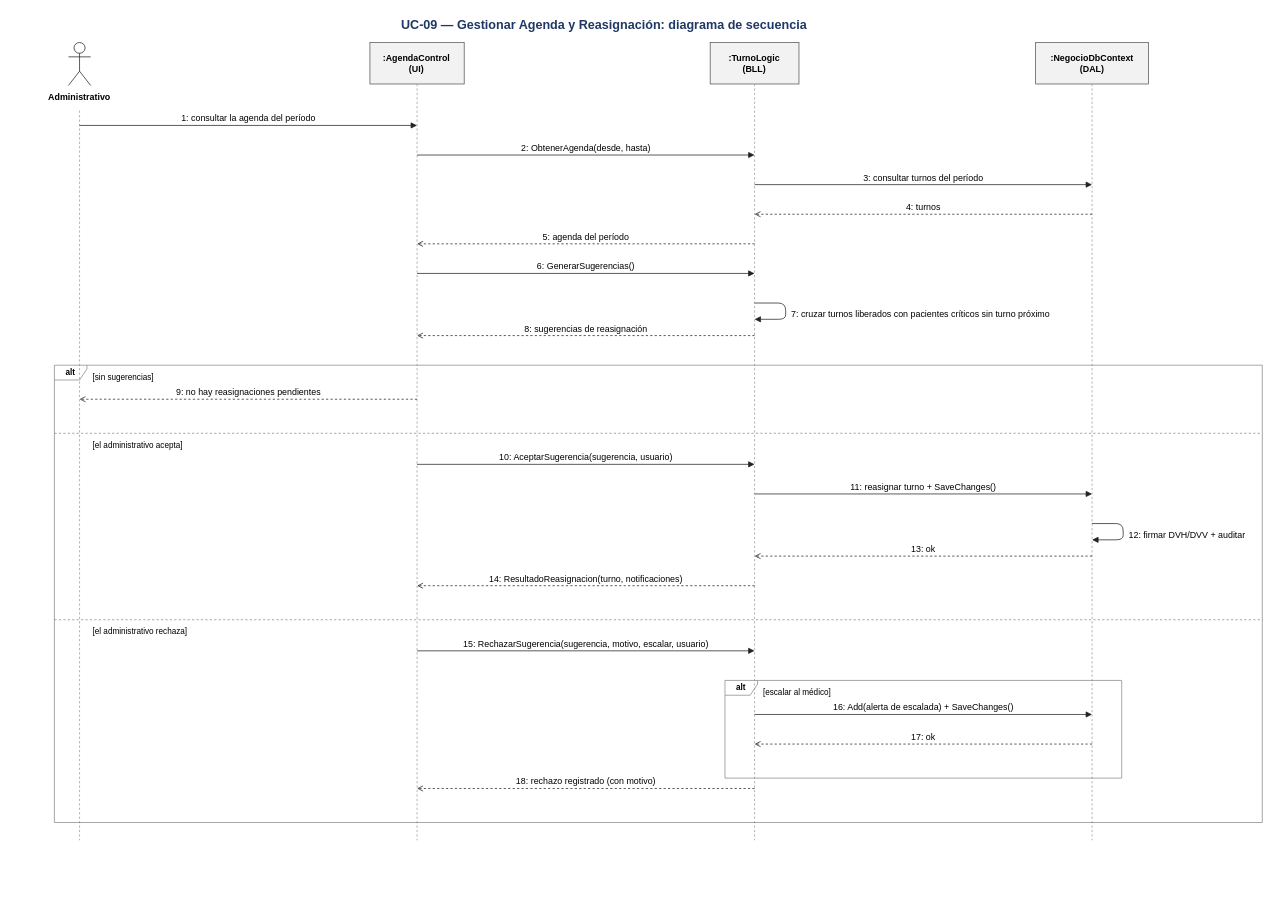
The draw.io diagram Diagramas/UC-09/UC-09 - Secuencia.drawio in DanteSchlogl/OpenRIN-corregido, before the edit. Source tidied: cells renumbered, new cells numbered last; positions are measured from the earlier drawing's top-left corner, leaving out a move shared by most shapes. Both pictures are drawn from the tidied source at 74%, with x=0, y=0 at pixel (13, 13).
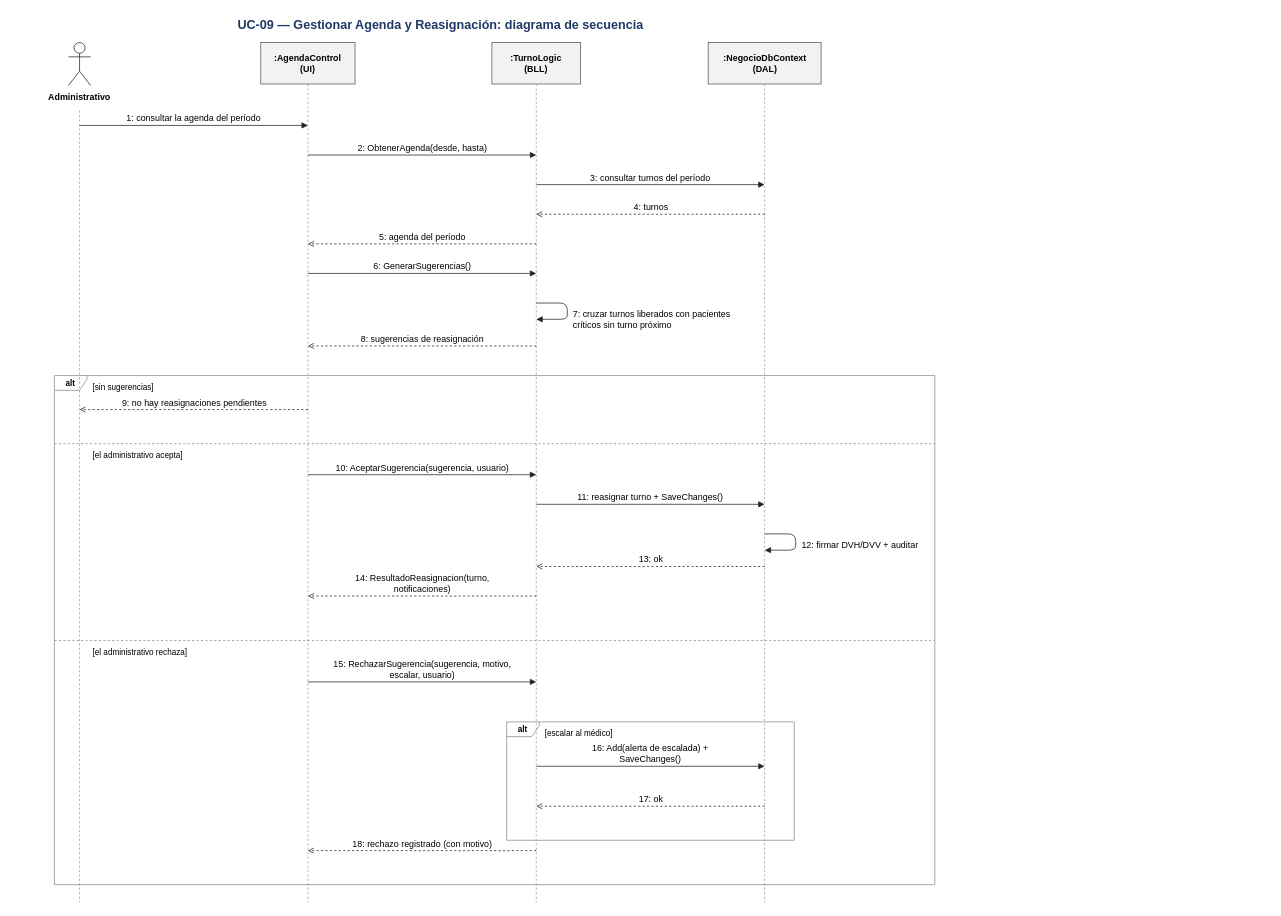
The same page after the edit.

What changed in the source:
```diff
@@
     <mxCell id="2" value="UC-09 — Gestionar Agenda y Reasignación: diagrama de secuencia" style="text;html=1;strokeColor=none;fillColor=none;fontFamily=Arial;whiteSpace=nowrap;fontSize=17;fontStyle=1;fontColor=#1F3864;align=center;whiteSpace=wrap;" parent="1" vertex="1">
-      <mxGeometry width="1598.3" height="28" as="geometry" />
+      <mxGeometry width="1155.8" height="28" as="geometry" />
     </mxCell>
@@
     <mxCell id="5" style="endArrow=none;dashed=1;strokeColor=#999999;html=1;" parent="1" edge="1">
       <mxGeometry relative="1" as="geometry">
         <mxPoint x="90" y="132" as="sourcePoint" />
-        <mxPoint x="90" y="1118" as="targetPoint" />
+        <mxPoint x="90" y="1202" as="targetPoint" />
       </mxGeometry>
     </mxCell>
     <mxCell id="6" value=":AgendaControl&lt;br/&gt;(UI)" style="rounded=0;whiteSpace=wrap;html=1;fillColor=#F2F2F2;strokeColor=#555555;fontFamily=Arial;fontSize=12;fontStyle=1;" parent="1" vertex="1">
-      <mxGeometry x="482.4" y="40" width="127.4" height="56" as="geometry" />
+      <mxGeometry x="334.9" y="40" width="127.4" height="56" as="geometry" />
     </mxCell>
     <mxCell id="7" style="endArrow=none;dashed=1;strokeColor=#999999;html=1;" parent="1" edge="1">
       <mxGeometry relative="1" as="geometry">
-        <mxPoint x="546.1" y="96" as="sourcePoint" />
-        <mxPoint x="546.1" y="1118" as="targetPoint" />
+        <mxPoint x="398.6" y="96" as="sourcePoint" />
+        <mxPoint x="398.6" y="1202" as="targetPoint" />
       </mxGeometry>
     </mxCell>
     <mxCell id="8" value=":TurnoLogic&lt;br/&gt;(BLL)" style="rounded=0;whiteSpace=wrap;html=1;fillColor=#F2F2F2;strokeColor=#555555;fontFamily=Arial;fontSize=12;fontStyle=1;" parent="1" vertex="1">
-      <mxGeometry x="942.2" y="40" width="120" height="56" as="geometry" />
+      <mxGeometry x="647.2" y="40" width="120" height="56" as="geometry" />
     </mxCell>
     <mxCell id="9" style="endArrow=none;dashed=1;strokeColor=#999999;html=1;" parent="1" edge="1">
       <mxGeometry relative="1" as="geometry">
-        <mxPoint x="1002.2" y="96" as="sourcePoint" />
-        <mxPoint x="1002.2" y="1118" as="targetPoint" />
+        <mxPoint x="707.2" y="96" as="sourcePoint" />
+        <mxPoint x="707.2" y="1202" as="targetPoint" />
       </mxGeometry>
     </mxCell>
     <mxCell id="10" value=":NegocioDbContext&lt;br/&gt;(DAL)" style="rounded=0;whiteSpace=wrap;html=1;fillColor=#F2F2F2;strokeColor=#555555;fontFamily=Arial;fontSize=12;fontStyle=1;" parent="1" vertex="1">
-      <mxGeometry x="1382" y="40" width="152.6" height="56" as="geometry" />
+      <mxGeometry x="939.5" y="40" width="152.6" height="56" as="geometry" />
     </mxCell>
     <mxCell id="11" style="endArrow=none;dashed=1;strokeColor=#999999;html=1;" parent="1" edge="1">
       <mxGeometry relative="1" as="geometry">
-        <mxPoint x="1458.3" y="96" as="sourcePoint" />
-        <mxPoint x="1458.3" y="1118" as="targetPoint" />
+        <mxPoint x="1015.8" y="96" as="sourcePoint" />
+        <mxPoint x="1015.8" y="1202" as="targetPoint" />
       </mxGeometry>
     </mxCell>
     <mxCell id="12" value="1: consultar la agenda del período" style="html=1;edgeStyle=none;strokeColor=#222222;fontFamily=Arial;fontSize=12;verticalLabelPosition=top;verticalAlign=bottom;labelBackgroundColor=none;endArrow=block;endFill=1;" parent="1" edge="1">
       <mxGeometry relative="1" as="geometry">
         <mxPoint x="90" y="152" as="sourcePoint" />
-        <mxPoint x="546.1" y="152" as="targetPoint" />
+        <mxPoint x="398.6" y="152" as="targetPoint" />
       </mxGeometry>
     </mxCell>
     <mxCell id="13" value="2: ObtenerAgenda(desde, hasta)" style="html=1;edgeStyle=none;strokeColor=#222222;fontFamily=Arial;fontSize=12;verticalLabelPosition=top;verticalAlign=bottom;labelBackgroundColor=none;endArrow=block;endFill=1;" parent="1" edge="1">
       <mxGeometry relative="1" as="geometry">
-        <mxPoint x="546.1" y="192" as="sourcePoint" />
-        <mxPoint x="1002.2" y="192" as="targetPoint" />
+        <mxPoint x="398.6" y="192" as="sourcePoint" />
+        <mxPoint x="707.2" y="192" as="targetPoint" />
       </mxGeometry>
     </mxCell>
     <mxCell id="14" value="3: consultar turnos del período" style="html=1;edgeStyle=none;strokeColor=#222222;fontFamily=Arial;fontSize=12;verticalLabelPosition=top;verticalAlign=bottom;labelBackgroundColor=none;endArrow=block;endFill=1;" parent="1" edge="1">
       <mxGeometry relative="1" as="geometry">
-        <mxPoint x="1002.2" y="232" as="sourcePoint" />
-        <mxPoint x="1458.3" y="232" as="targetPoint" />
+        <mxPoint x="707.2" y="232" as="sourcePoint" />
+        <mxPoint x="1015.8" y="232" as="targetPoint" />
       </mxGeometry>
     </mxCell>
     <mxCell id="15" value="4: turnos" style="html=1;edgeStyle=none;strokeColor=#222222;fontFamily=Arial;fontSize=12;verticalLabelPosition=top;verticalAlign=bottom;labelBackgroundColor=none;endArrow=open;endFill=0;dashed=1;" parent="1" edge="1">
       <mxGeometry relative="1" as="geometry">
-        <mxPoint x="1458.3" y="272" as="sourcePoint" />
-        <mxPoint x="1002.2" y="272" as="targetPoint" />
+        <mxPoint x="1015.8" y="272" as="sourcePoint" />
+        <mxPoint x="707.2" y="272" as="targetPoint" />
       </mxGeometry>
     </mxCell>
     <mxCell id="16" value="5: agenda del período" style="html=1;edgeStyle=none;strokeColor=#222222;fontFamily=Arial;fontSize=12;verticalLabelPosition=top;verticalAlign=bottom;labelBackgroundColor=none;endArrow=open;endFill=0;dashed=1;" parent="1" edge="1">
       <mxGeometry relative="1" as="geometry">
-        <mxPoint x="1002.2" y="312" as="sourcePoint" />
-        <mxPoint x="546.1" y="312" as="targetPoint" />
+        <mxPoint x="707.2" y="312" as="sourcePoint" />
+        <mxPoint x="398.6" y="312" as="targetPoint" />
       </mxGeometry>
     </mxCell>
     <mxCell id="17" value="6: GenerarSugerencias()" style="html=1;edgeStyle=none;strokeColor=#222222;fontFamily=Arial;fontSize=12;verticalLabelPosition=top;verticalAlign=bottom;labelBackgroundColor=none;endArrow=block;endFill=1;" parent="1" edge="1">
       <mxGeometry relative="1" as="geometry">
-        <mxPoint x="546.1" y="352" as="sourcePoint" />
-        <mxPoint x="1002.2" y="352" as="targetPoint" />
+        <mxPoint x="398.6" y="352" as="sourcePoint" />
+        <mxPoint x="707.2" y="352" as="targetPoint" />
       </mxGeometry>
     </mxCell>
     <mxCell id="18" style="endArrow=block;endFill=1;html=1;edgeStyle=none;strokeColor=#222222;" parent="1" edge="1">
       <mxGeometry relative="1" as="geometry">
-        <mxPoint x="1002.2" y="392" as="sourcePoint" />
-        <mxPoint x="1002.2" y="414" as="targetPoint" />
+        <mxPoint x="707.2" y="392" as="sourcePoint" />
+        <mxPoint x="707.2" y="414" as="targetPoint" />
         <Array as="points">
-          <mxPoint x="1044.2" y="392" />
-          <mxPoint x="1044.2" y="414" />
+          <mxPoint x="749.2" y="392" />
+          <mxPoint x="749.2" y="414" />
         </Array>
       </mxGeometry>
     </mxCell>
-    <mxCell id="19" value="7: cruzar turnos liberados con pacientes críticos sin turno próximo" style="text;html=1;strokeColor=none;fillColor=none;fontFamily=Arial;whiteSpace=nowrap;fontSize=12;align=left;" parent="1" vertex="1">
-      <mxGeometry x="1050.2" y="394" width="436.1" height="18" as="geometry" />
+    <mxCell id="19" value="7: cruzar turnos liberados con pacientes&lt;br/&gt;críticos sin turno próximo" style="text;html=1;strokeColor=none;fillColor=none;fontFamily=Arial;whiteSpace=nowrap;fontSize=12;align=left;" parent="1" vertex="1">
+      <mxGeometry x="755.2" y="394" width="280" height="32" as="geometry" />
     </mxCell>
     <mxCell id="20" value="8: sugerencias de reasignación" style="html=1;edgeStyle=none;strokeColor=#222222;fontFamily=Arial;fontSize=12;verticalLabelPosition=top;verticalAlign=bottom;labelBackgroundColor=none;endArrow=open;endFill=0;dashed=1;" parent="1" edge="1">
       <mxGeometry relative="1" as="geometry">
-        <mxPoint x="1002.2" y="436" as="sourcePoint" />
-        <mxPoint x="546.1" y="436" as="targetPoint" />
+        <mxPoint x="707.2" y="450" as="sourcePoint" />
+        <mxPoint x="398.6" y="450" as="targetPoint" />
       </mxGeometry>
     </mxCell>
     <mxCell id="21" value="9: no hay reasignaciones pendientes" style="html=1;edgeStyle=none;strokeColor=#222222;fontFamily=Arial;fontSize=12;verticalLabelPosition=top;verticalAlign=bottom;labelBackgroundColor=none;endArrow=open;endFill=0;dashed=1;" parent="1" edge="1">
       <mxGeometry relative="1" as="geometry">
-        <mxPoint x="546.1" y="522" as="sourcePoint" />
-        <mxPoint x="90" y="522" as="targetPoint" />
+        <mxPoint x="398.6" y="536" as="sourcePoint" />
+        <mxPoint x="90" y="536" as="targetPoint" />
       </mxGeometry>
     </mxCell>
     <mxCell id="22" value="10: AceptarSugerencia(sugerencia, usuario)" style="html=1;edgeStyle=none;strokeColor=#222222;fontFamily=Arial;fontSize=12;verticalLabelPosition=top;verticalAlign=bottom;labelBackgroundColor=none;endArrow=block;endFill=1;" parent="1" edge="1">
       <mxGeometry relative="1" as="geometry">
-        <mxPoint x="546.1" y="610" as="sourcePoint" />
-        <mxPoint x="1002.2" y="610" as="targetPoint" />
+        <mxPoint x="398.6" y="624" as="sourcePoint" />
+        <mxPoint x="707.2" y="624" as="targetPoint" />
       </mxGeometry>
     </mxCell>
     <mxCell id="23" value="11: reasignar turno + SaveChanges()" style="html=1;edgeStyle=none;strokeColor=#222222;fontFamily=Arial;fontSize=12;verticalLabelPosition=top;verticalAlign=bottom;labelBackgroundColor=none;endArrow=block;endFill=1;" parent="1" edge="1">
       <mxGeometry relative="1" as="geometry">
-        <mxPoint x="1002.2" y="650" as="sourcePoint" />
-        <mxPoint x="1458.3" y="650" as="targetPoint" />
+        <mxPoint x="707.2" y="664" as="sourcePoint" />
+        <mxPoint x="1015.8" y="664" as="targetPoint" />
       </mxGeometry>
     </mxCell>
     <mxCell id="24" style="endArrow=block;endFill=1;html=1;edgeStyle=none;strokeColor=#222222;" parent="1" edge="1">
       <mxGeometry relative="1" as="geometry">
-        <mxPoint x="1458.3" y="690" as="sourcePoint" />
-        <mxPoint x="1458.3" y="712" as="targetPoint" />
+        <mxPoint x="1015.8" y="704" as="sourcePoint" />
+        <mxPoint x="1015.8" y="726" as="targetPoint" />
         <Array as="points">
-          <mxPoint x="1500.3" y="690" />
-          <mxPoint x="1500.3" y="712" />
+          <mxPoint x="1057.8" y="704" />
+          <mxPoint x="1057.8" y="726" />
         </Array>
       </mxGeometry>
     </mxCell>
     <mxCell id="25" value="12: firmar DVH/DVV + auditar" style="text;html=1;strokeColor=none;fillColor=none;fontFamily=Arial;whiteSpace=nowrap;fontSize=12;align=left;" parent="1" vertex="1">
-      <mxGeometry x="1506.3" y="692" width="190.4" height="18" as="geometry" />
+      <mxGeometry x="1063.8" y="706" width="280" height="18" as="geometry" />
     </mxCell>
     <mxCell id="26" value="13: ok" style="html=1;edgeStyle=none;strokeColor=#222222;fontFamily=Arial;fontSize=12;verticalLabelPosition=top;verticalAlign=bottom;labelBackgroundColor=none;endArrow=open;endFill=0;dashed=1;" parent="1" edge="1">
       <mxGeometry relative="1" as="geometry">
-        <mxPoint x="1458.3" y="734" as="sourcePoint" />
-        <mxPoint x="1002.2" y="734" as="targetPoint" />
+        <mxPoint x="1015.8" y="748" as="sourcePoint" />
+        <mxPoint x="707.2" y="748" as="targetPoint" />
       </mxGeometry>
     </mxCell>
-    <mxCell id="27" value="14: ResultadoReasignacion(turno, notificaciones)" style="html=1;edgeStyle=none;strokeColor=#222222;fontFamily=Arial;fontSize=12;verticalLabelPosition=top;verticalAlign=bottom;labelBackgroundColor=none;endArrow=open;endFill=0;dashed=1;" parent="1" edge="1">
+    <mxCell id="27" value="14: ResultadoReasignacion(turno,&lt;br/&gt;notificaciones)" style="html=1;edgeStyle=none;strokeColor=#222222;fontFamily=Arial;fontSize=12;verticalLabelPosition=top;verticalAlign=bottom;labelBackgroundColor=none;endArrow=open;endFill=0;dashed=1;" parent="1" edge="1">
       <mxGeometry relative="1" as="geometry">
-        <mxPoint x="1002.2" y="774" as="sourcePoint" />
-        <mxPoint x="546.1" y="774" as="targetPoint" />
+        <mxPoint x="707.2" y="788" as="sourcePoint" />
+        <mxPoint x="398.6" y="788" as="targetPoint" />
       </mxGeometry>
     </mxCell>
-    <mxCell id="28" value="15: RechazarSugerencia(sugerencia, motivo, escalar, usuario)" style="html=1;edgeStyle=none;strokeColor=#222222;fontFamily=Arial;fontSize=12;verticalLabelPosition=top;verticalAlign=bottom;labelBackgroundColor=none;endArrow=block;endFill=1;" parent="1" edge="1">
+    <mxCell id="28" value="15: RechazarSugerencia(sugerencia, motivo,&lt;br/&gt;escalar, usuario)" style="html=1;edgeStyle=none;strokeColor=#222222;fontFamily=Arial;fontSize=12;verticalLabelPosition=top;verticalAlign=bottom;labelBackgroundColor=none;endArrow=block;endFill=1;" parent="1" edge="1">
       <mxGeometry relative="1" as="geometry">
-        <mxPoint x="546.1" y="862" as="sourcePoint" />
-        <mxPoint x="1002.2" y="862" as="targetPoint" />
+        <mxPoint x="398.6" y="904" as="sourcePoint" />
+        <mxPoint x="707.2" y="904" as="targetPoint" />
       </mxGeometry>
     </mxCell>
-    <mxCell id="29" value="16: Add(alerta de escalada) + SaveChanges()" style="html=1;edgeStyle=none;strokeColor=#222222;fontFamily=Arial;fontSize=12;verticalLabelPosition=top;verticalAlign=bottom;labelBackgroundColor=none;endArrow=block;endFill=1;" parent="1" edge="1">
+    <mxCell id="29" value="16: Add(alerta de escalada) +&lt;br/&gt;SaveChanges()" style="html=1;edgeStyle=none;strokeColor=#222222;fontFamily=Arial;fontSize=12;verticalLabelPosition=top;verticalAlign=bottom;labelBackgroundColor=none;endArrow=block;endFill=1;" parent="1" edge="1">
       <mxGeometry relative="1" as="geometry">
-        <mxPoint x="1002.2" y="948" as="sourcePoint" />
-        <mxPoint x="1458.3" y="948" as="targetPoint" />
+        <mxPoint x="707.2" y="1018" as="sourcePoint" />
+        <mxPoint x="1015.8" y="1018" as="targetPoint" />
       </mxGeometry>
     </mxCell>
     <mxCell id="30" value="17: ok" style="html=1;edgeStyle=none;strokeColor=#222222;fontFamily=Arial;fontSize=12;verticalLabelPosition=top;verticalAlign=bottom;labelBackgroundColor=none;endArrow=open;endFill=0;dashed=1;" parent="1" edge="1">
       <mxGeometry relative="1" as="geometry">
-        <mxPoint x="1458.3" y="988" as="sourcePoint" />
-        <mxPoint x="1002.2" y="988" as="targetPoint" />
+        <mxPoint x="1015.8" y="1072" as="sourcePoint" />
+        <mxPoint x="707.2" y="1072" as="targetPoint" />
       </mxGeometry>
     </mxCell>
     <mxCell id="31" value="alt" style="shape=umlFrame;whiteSpace=wrap;html=1;width=44;height=20;fillColor=none;strokeColor=#888888;fontFamily=Arial;fontSize=11;fontStyle=1;" parent="1" vertex="1">
-      <mxGeometry x="962.2" y="902" width="536.1" height="132" as="geometry" />
+      <mxGeometry x="667.2" y="958" width="388.6" height="160" as="geometry" />
     </mxCell>
     <mxCell id="32" value="[escalar al médico]" style="text;html=1;strokeColor=none;fillColor=none;fontFamily=Arial;whiteSpace=nowrap;fontSize=11;align=left;" parent="1" vertex="1">
-      <mxGeometry x="1012.2" y="905" width="141.1" height="18" as="geometry" />
+      <mxGeometry x="717.2" y="961" width="141.1" height="18" as="geometry" />
     </mxCell>
     <mxCell id="33" value="18: rechazo registrado (con motivo)" style="html=1;edgeStyle=none;strokeColor=#222222;fontFamily=Arial;fontSize=12;verticalLabelPosition=top;verticalAlign=bottom;labelBackgroundColor=none;endArrow=open;endFill=0;dashed=1;" parent="1" edge="1">
       <mxGeometry relative="1" as="geometry">
-        <mxPoint x="1002.2" y="1048" as="sourcePoint" />
-        <mxPoint x="546.1" y="1048" as="targetPoint" />
+        <mxPoint x="707.2" y="1132" as="sourcePoint" />
+        <mxPoint x="398.6" y="1132" as="targetPoint" />
       </mxGeometry>
     </mxCell>
     <mxCell id="34" value="alt" style="shape=umlFrame;whiteSpace=wrap;html=1;width=44;height=20;fillColor=none;strokeColor=#888888;fontFamily=Arial;fontSize=11;fontStyle=1;" parent="1" vertex="1">
-      <mxGeometry x="56" y="476" width="1632.3" height="618" as="geometry" />
+      <mxGeometry x="56" y="490" width="1189.8" height="688" as="geometry" />
     </mxCell>
     <mxCell id="35" value="[sin sugerencias]" style="text;html=1;strokeColor=none;fillColor=none;fontFamily=Arial;whiteSpace=nowrap;fontSize=11;align=left;" parent="1" vertex="1">
-      <mxGeometry x="106" y="479" width="128.5" height="18" as="geometry" />
+      <mxGeometry x="106" y="493" width="128.5" height="18" as="geometry" />
     </mxCell>
     <mxCell id="36" style="endArrow=none;dashed=1;strokeColor=#888888;html=1;" parent="1" edge="1">
       <mxGeometry relative="1" as="geometry">
-        <mxPoint x="56" y="568" as="sourcePoint" />
-        <mxPoint x="1688.3" y="568" as="targetPoint" />
+        <mxPoint x="56" y="582" as="sourcePoint" />
+        <mxPoint x="1245.8" y="582" as="targetPoint" />
       </mxGeometry>
     </mxCell>
     <mxCell id="37" value="[el administrativo acepta]" style="text;html=1;strokeColor=none;fillColor=none;fontFamily=Arial;whiteSpace=nowrap;fontSize=11;align=left;" parent="1" vertex="1">
-      <mxGeometry x="106" y="571" width="185.2" height="18" as="geometry" />
+      <mxGeometry x="106" y="585" width="185.2" height="18" as="geometry" />
     </mxCell>
     <mxCell id="38" style="endArrow=none;dashed=1;strokeColor=#888888;html=1;" parent="1" edge="1">
       <mxGeometry relative="1" as="geometry">
-        <mxPoint x="56" y="820" as="sourcePoint" />
-        <mxPoint x="1688.3" y="820" as="targetPoint" />
+        <mxPoint x="56" y="848" as="sourcePoint" />
+        <mxPoint x="1245.8" y="848" as="targetPoint" />
       </mxGeometry>
     </mxCell>
     <mxCell id="39" value="[el administrativo rechaza]" style="text;html=1;strokeColor=none;fillColor=none;fontFamily=Arial;whiteSpace=nowrap;fontSize=11;align=left;" parent="1" vertex="1">
-      <mxGeometry x="106" y="823" width="191.5" height="18" as="geometry" />
+      <mxGeometry x="106" y="851" width="191.5" height="18" as="geometry" />
     </mxCell>
```
